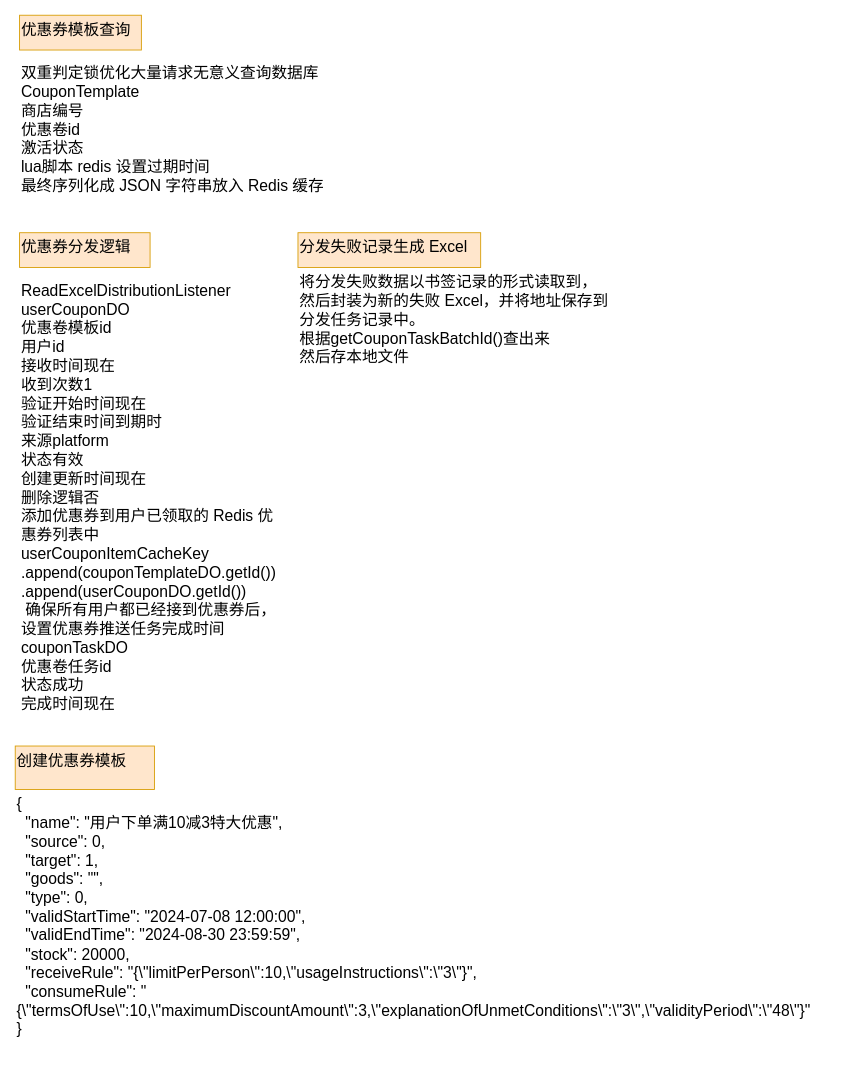
Earlier version of the draw.io diagram page "优惠卷业务" (5 of 6) of 项目/优惠卷.drawio (lanendiencgr2002/drawio_photos). Source tidied: cells renumbered, new cells numbered last; positions are measured from the earlier drawing's top-left corner, leaving out a move shared by most shapes. Both pictures are drawn from the tidied source at 87%, with x=0, y=0 at pixel (15, 15).
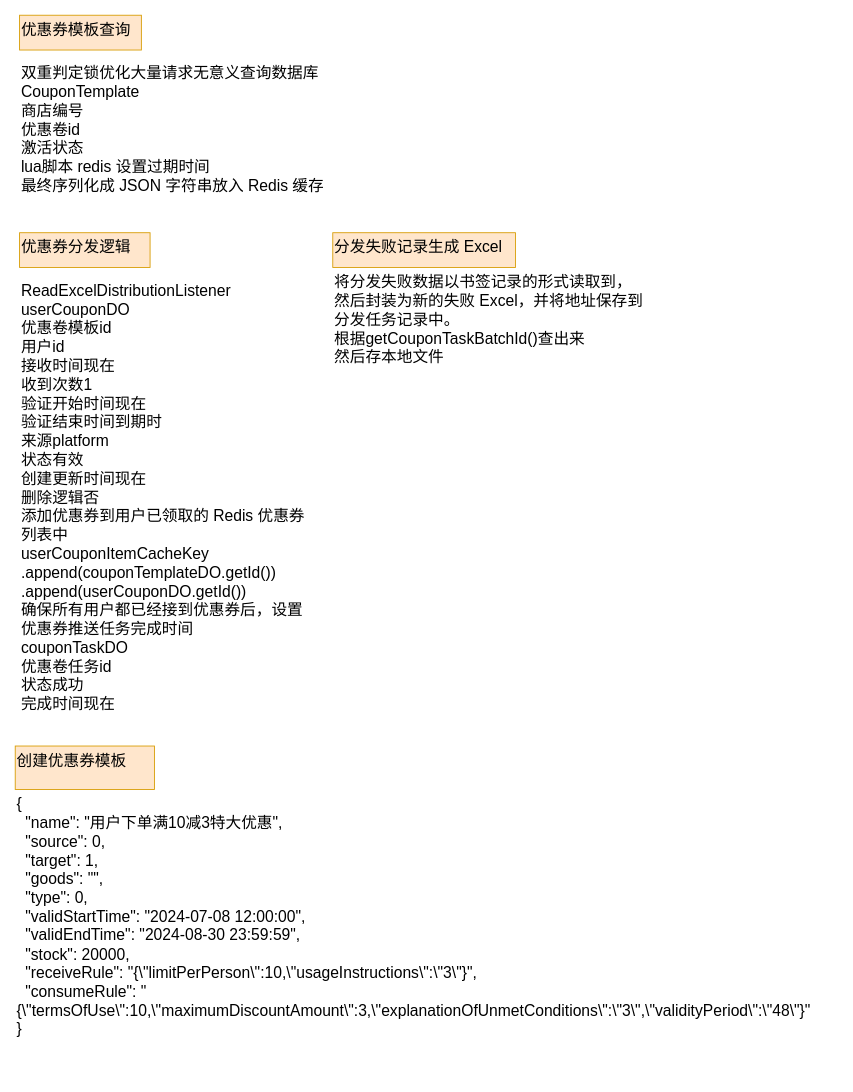
The same page after the edit.

Change to the diagram source:
```diff
@@
 <mxGraphModel>
   <root>
     <mxCell id="0" />
     <mxCell id="1" parent="0" />
     <mxCell id="2" value="优惠券模板查询" style="text;whiteSpace=wrap;fontSize=18;fillColor=#ffe6cc;strokeColor=#d79b00;" parent="1" vertex="1">
       <mxGeometry x="5" width="140" height="40" as="geometry" />
     </mxCell>
     <mxCell id="3" value="双重判定锁优化大量请求无意义查询数据库&#10;CouponTemplate&#10;商店编号&#10;优惠卷id&#10;激活状态&#10;lua脚本 redis 设置过期时间&#10;最终序列化成 JSON 字符串放入 Redis 缓存&#10;&#10;" style="text;whiteSpace=wrap;fontSize=18;" parent="1" vertex="1">
       <mxGeometry x="5" y="50" width="390" height="180" as="geometry" />
     </mxCell>
     <mxCell id="4" value="优惠券分发逻辑" style="text;whiteSpace=wrap;fontSize=18;fillColor=#ffe6cc;strokeColor=#d79b00;" parent="1" vertex="1">
       <mxGeometry x="5" y="250" width="150" height="40" as="geometry" />
     </mxCell>
-    <mxCell id="5" value="ReadExcelDistributionListener&#10;userCouponDO&#10;优惠卷模板id&#10;用户id&#10;接收时间现在&#10;收到次数1&#10;验证开始时间现在&#10;验证结束时间到期时&#10;来源platform&#10;状态有效&#10;创建更新时间现在&#10;删除逻辑否&#10;添加优惠券到用户已领取的 Redis 优惠券列表中&#10;userCouponItemCacheKey&#10;.append(couponTemplateDO.getId())&#10;.append(userCouponDO.getId())&#10; 确保所有用户都已经接到优惠券后，设置优惠券推送任务完成时间&#10;couponTaskDO&#10;优惠卷任务id&#10;状态成功&#10;完成时间现在&#10;" style="text;whiteSpace=wrap;fontSize=18;" parent="1" vertex="1">
-      <mxGeometry x="5" y="300" width="290" height="510" as="geometry" />
+    <mxCell id="5" value="ReadExcelDistributionListener&#10;userCouponDO&#10;优惠卷模板id&#10;用户id&#10;接收时间现在&#10;收到次数1&#10;验证开始时间现在&#10;验证结束时间到期时&#10;来源platform&#10;状态有效&#10;创建更新时间现在&#10;删除逻辑否&#10;添加优惠券到用户已领取的 Redis 优惠券列表中&#10;userCouponItemCacheKey&#10;.append(couponTemplateDO.getId())&#10;.append(userCouponDO.getId())&#10;确保所有用户都已经接到优惠券后，设置优惠券推送任务完成时间&#10;couponTaskDO&#10;优惠卷任务id&#10;状态成功&#10;完成时间现在&#10;" style="text;whiteSpace=wrap;fontSize=18;" parent="1" vertex="1">
+      <mxGeometry x="5" y="300" width="340" height="500" as="geometry" />
     </mxCell>
     <mxCell id="6" value="创建优惠券模板" style="text;whiteSpace=wrap;fontSize=18;fillColor=#ffe6cc;strokeColor=#d79b00;" parent="1" vertex="1">
       <mxGeometry y="840" width="160" height="50" as="geometry" />
     </mxCell>
     <mxCell id="7" value="{&#10;  &quot;name&quot;: &quot;用户下单满10减3特大优惠&quot;,&#10;  &quot;source&quot;: 0,&#10;  &quot;target&quot;: 1,&#10;  &quot;goods&quot;: &quot;&quot;,&#10;  &quot;type&quot;: 0,&#10;  &quot;validStartTime&quot;: &quot;2024-07-08 12:00:00&quot;,&#10;  &quot;validEndTime&quot;: &quot;2024-08-30 23:59:59&quot;,&#10;  &quot;stock&quot;: 20000,&#10;  &quot;receiveRule&quot;: &quot;{\&quot;limitPerPerson\&quot;:10,\&quot;usageInstructions\&quot;:\&quot;3\&quot;}&quot;,&#10;  &quot;consumeRule&quot;: &quot;{\&quot;termsOfUse\&quot;:10,\&quot;maximumDiscountAmount\&quot;:3,\&quot;explanationOfUnmetConditions\&quot;:\&quot;3\&quot;,\&quot;validityPeriod\&quot;:\&quot;48\&quot;}&quot;&#10;}" style="text;whiteSpace=wrap;fontSize=18;" parent="1" vertex="1">
-      <mxGeometry y="890" width="560" height="330" as="geometry" />
+      <mxGeometry y="890" width="945" height="320" as="geometry" />
     </mxCell>
     <mxCell id="8" value="分发失败记录生成 Excel" style="text;whiteSpace=wrap;fontSize=18;fillColor=#ffe6cc;strokeColor=#d79b00;" parent="1" vertex="1">
-      <mxGeometry x="325" y="250" width="210" height="40" as="geometry" />
+      <mxGeometry x="365" y="250" width="210" height="40" as="geometry" />
     </mxCell>
     <mxCell id="9" value="将分发失败数据以书签记录的形式读取到，然后封装为新的失败 Excel，并将地址保存到分发任务记录中。&#10;根据getCouponTaskBatchId()查出来&#10;然后存本地文件" style="text;whiteSpace=wrap;fontSize=18;" parent="1" vertex="1">
-      <mxGeometry x="325" y="290" width="360" height="130" as="geometry" />
+      <mxGeometry x="365" y="290" width="360" height="130" as="geometry" />
     </mxCell>
   </root>
 </mxGraphModel>
```
